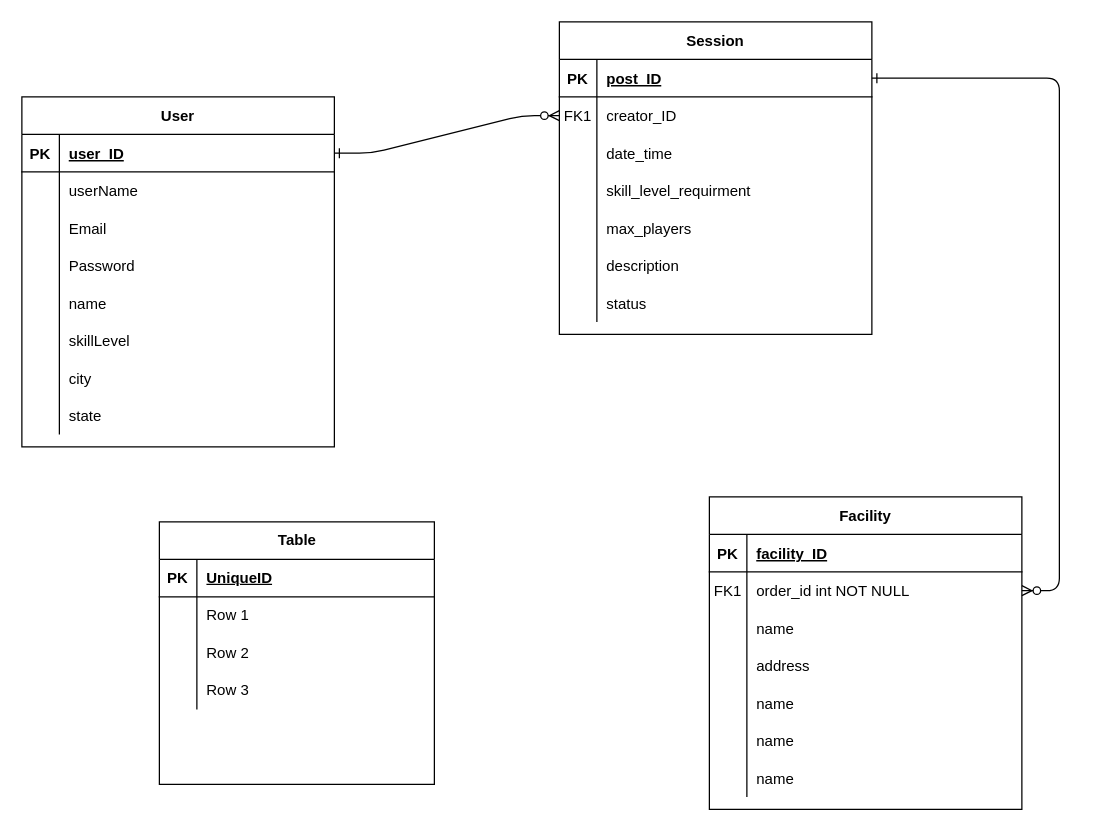
Earlier version of the draw.io diagram Untitled Diagram.drawio (abdis-lab/HoopSessionBeta). Source tidied: cells renumbered, new cells numbered last; positions are measured from the earlier drawing's top-left corner, leaving out a move shared by most shapes. Both pictures are drawn from the tidied source at 125%, with x=0, y=0 at pixel (21, 21).
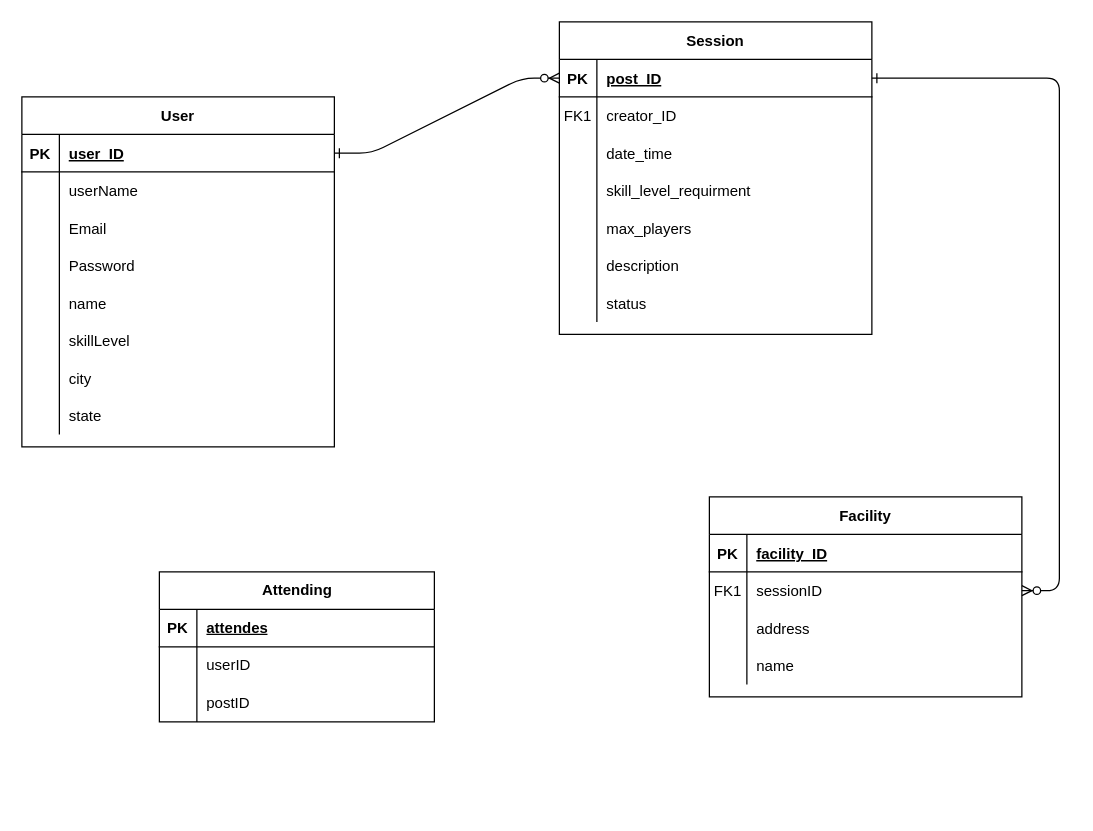
Above is the later version.

Unchanged cells that the change refers to:
```xml
<mxCell id="5" style="shape=partialRectangle;fillColor=none;points=[[0,0.5],[1,0.5]];portConstraint=eastwest;top=0;left=0;right=0;bottom=1;" parent="4" vertex="1">
  <mxGeometry y="30" width="250" height="30" as="geometry" />
</mxCell>
<mxCell id="8" style="shape=partialRectangle;fillColor=none;points=[[0,0.5],[1,0.5]];portConstraint=eastwest;top=0;left=0;right=0;bottom=0;" parent="4" vertex="1">
  <mxGeometry y="60" width="250" height="30" as="geometry" />
</mxCell>
<mxCell id="30" style="shape=partialRectangle;fillColor=none;points=[[0,0.5],[1,0.5]];portConstraint=eastwest;top=0;left=0;right=0;bottom=0;" parent="26" vertex="1">
  <mxGeometry y="60" width="250" height="30" as="geometry" />
</mxCell>
<mxCell id="49" style="shape=partialRectangle;fillColor=none;points=[[0,0.5],[1,0.5]];portConstraint=eastwest;top=0;left=0;right=0;bottom=1;" parent="48" vertex="1">
  <mxGeometry y="30" width="250" height="30" as="geometry" />
</mxCell>
<mxCell id="74" style="shape=tableRow;horizontal=0;startSize=0;swimlaneHead=0;swimlaneBody=0;fillColor=none;top=0;left=0;right=0;bottom=1;" parent="73" vertex="1">
  <mxGeometry y="30" width="220" height="30" as="geometry" />
</mxCell>
<mxCell id="77" style="shape=tableRow;horizontal=0;startSize=0;swimlaneHead=0;swimlaneBody=0;fillColor=none;top=0;left=0;right=0;bottom=0;" parent="73" vertex="1">
  <mxGeometry y="60" width="220" height="30" as="geometry" />
</mxCell>
<mxCell id="80" style="shape=tableRow;horizontal=0;startSize=0;swimlaneHead=0;swimlaneBody=0;fillColor=none;top=0;left=0;right=0;bottom=0;" parent="73" vertex="1">
  <mxGeometry y="90" width="220" height="30" as="geometry" />
</mxCell>
```

The edit, as a diff of the source:
```diff
@@
-    <mxCell id="2" style="edgeStyle=entityRelationEdgeStyle;endArrow=ERzeroToMany;startArrow=ERone;endFill=1;startFill=0;" parent="1" edge="1" source="49" target="8">
-      <mxGeometry relative="1" as="geometry" />
+    <mxCell id="2" style="edgeStyle=entityRelationEdgeStyle;endArrow=ERzeroToMany;startArrow=ERone;endFill=1;startFill=0;entryX=0;entryY=0.5;entryDx=0;entryDy=0;" parent="1" edge="1" source="49" target="5">
+      <mxGeometry relative="1" as="geometry">
+        <Array as="points">
+          <mxPoint x="420" y="50" />
+        </Array>
+      </mxGeometry>
     </mxCell>
@@
     <mxCell id="26" value="Facility" style="shape=table;startSize=30;childLayout=tableLayout;rowLines=0;fontStyle=1;align=center;" parent="1" vertex="1">
-      <mxGeometry x="550" y="380" width="250" height="250" as="geometry" />
+      <mxGeometry x="550" y="380" width="250" height="160" as="geometry" />
     </mxCell>
@@
-    <mxCell id="32" value="order_id int NOT NULL" style="shape=partialRectangle;overflow=hidden;fillColor=none;top=0;left=0;bottom=0;right=0;align=left;spacingLeft=6;" parent="30" vertex="1">
+    <mxCell id="32" value="sessionID" style="shape=partialRectangle;overflow=hidden;fillColor=none;top=0;left=0;bottom=0;right=0;align=left;spacingLeft=6;" parent="30" vertex="1">
       <mxGeometry x="30" width="220" height="30" as="geometry" />
     </mxCell>
-    <mxCell id="33" style="shape=partialRectangle;fillColor=none;top=0;left=0;right=0;bottom=0;" parent="26" vertex="1">
-      <mxGeometry y="90" width="250" height="30" as="geometry" />
-    </mxCell>
-    <mxCell id="34" style="shape=partialRectangle;overflow=hidden;fillColor=none;top=0;left=0;bottom=0;right=0;" parent="33" vertex="1">
-      <mxGeometry width="30" height="30" as="geometry" />
-    </mxCell>
-    <mxCell id="35" value="name" style="shape=partialRectangle;overflow=hidden;fillColor=none;top=0;left=0;bottom=0;right=0;align=left;spacingLeft=6;" parent="33" vertex="1">
-      <mxGeometry x="30" width="220" height="30" as="geometry" />
-    </mxCell>
     <mxCell id="36" style="shape=partialRectangle;fillColor=none;top=0;left=0;right=0;bottom=0;" parent="26" vertex="1">
-      <mxGeometry y="120" width="250" height="30" as="geometry" />
+      <mxGeometry y="90" width="250" height="30" as="geometry" />
     </mxCell>
@@
     <mxCell id="39" style="shape=partialRectangle;fillColor=none;top=0;left=0;right=0;bottom=0;" parent="26" vertex="1">
-      <mxGeometry y="150" width="250" height="30" as="geometry" />
+      <mxGeometry y="120" width="250" height="30" as="geometry" />
     </mxCell>
@@
-    <mxCell id="42" style="shape=partialRectangle;fillColor=none;top=0;left=0;right=0;bottom=0;" parent="26" vertex="1">
-      <mxGeometry y="180" width="250" height="30" as="geometry" />
-    </mxCell>
-    <mxCell id="43" style="shape=partialRectangle;overflow=hidden;fillColor=none;top=0;left=0;bottom=0;right=0;" parent="42" vertex="1">
-      <mxGeometry width="30" height="30" as="geometry" />
-    </mxCell>
-    <mxCell id="44" value="name" style="shape=partialRectangle;overflow=hidden;fillColor=none;top=0;left=0;bottom=0;right=0;align=left;spacingLeft=6;" parent="42" vertex="1">
-      <mxGeometry x="30" width="220" height="30" as="geometry" />
-    </mxCell>
-    <mxCell id="45" style="shape=partialRectangle;fillColor=none;top=0;left=0;right=0;bottom=0;" parent="26" vertex="1">
-      <mxGeometry y="210" width="250" height="30" as="geometry" />
-    </mxCell>
-    <mxCell id="46" style="shape=partialRectangle;overflow=hidden;fillColor=none;top=0;left=0;bottom=0;right=0;" parent="45" vertex="1">
-      <mxGeometry width="30" height="30" as="geometry" />
-    </mxCell>
-    <mxCell id="47" value="name" style="shape=partialRectangle;overflow=hidden;fillColor=none;top=0;left=0;bottom=0;right=0;align=left;spacingLeft=6;" parent="45" vertex="1">
-      <mxGeometry x="30" width="220" height="30" as="geometry" />
-    </mxCell>
@@
-    <mxCell id="73" value="Table" style="shape=table;startSize=30;childLayout=tableLayout;rowLines=0;fontStyle=1;align=center;html=1;" parent="1" vertex="1">
-      <mxGeometry x="110" y="400" width="220" height="210" as="geometry" />
+    <mxCell id="73" value="Attending" style="shape=table;startSize=30;childLayout=tableLayout;rowLines=0;fontStyle=1;align=center;html=1;" parent="1" vertex="1">
+      <mxGeometry x="110" y="440" width="220" height="120" as="geometry" />
     </mxCell>
@@
-    <mxCell id="76" value="UniqueID" style="shape=partialRectangle;fillColor=none;top=0;left=0;bottom=0;right=0;align=left;spacingLeft=6;fontStyle=5;overflow=hidden;whiteSpace=wrap;html=1;" parent="74" vertex="1">
+    <mxCell id="76" value="attendes" style="shape=partialRectangle;fillColor=none;top=0;left=0;bottom=0;right=0;align=left;spacingLeft=6;fontStyle=5;overflow=hidden;whiteSpace=wrap;html=1;" parent="74" vertex="1">
       <mxGeometry x="30" width="190" height="30" as="geometry" />
     </mxCell>
@@
-    <mxCell id="79" value="Row 1" style="shape=partialRectangle;fillColor=none;top=0;left=0;bottom=0;right=0;align=left;spacingLeft=6;overflow=hidden;whiteSpace=wrap;html=1;" parent="77" vertex="1">
+    <mxCell id="79" value="userID" style="shape=partialRectangle;fillColor=none;top=0;left=0;bottom=0;right=0;align=left;spacingLeft=6;overflow=hidden;whiteSpace=wrap;html=1;" parent="77" vertex="1">
       <mxGeometry x="30" width="190" height="30" as="geometry" />
     </mxCell>
@@
-    <mxCell id="82" value="Row 2" style="shape=partialRectangle;fillColor=none;top=0;left=0;bottom=0;right=0;align=left;spacingLeft=6;overflow=hidden;whiteSpace=wrap;html=1;" parent="80" vertex="1">
+    <mxCell id="82" value="postID" style="shape=partialRectangle;fillColor=none;top=0;left=0;bottom=0;right=0;align=left;spacingLeft=6;overflow=hidden;whiteSpace=wrap;html=1;" parent="80" vertex="1">
       <mxGeometry x="30" width="190" height="30" as="geometry" />
     </mxCell>
-    <mxCell id="83" style="shape=tableRow;horizontal=0;startSize=0;swimlaneHead=0;swimlaneBody=0;fillColor=none;top=0;left=0;right=0;bottom=0;" parent="73" vertex="1">
-      <mxGeometry y="120" width="220" height="30" as="geometry" />
-    </mxCell>
-    <mxCell id="84" style="shape=partialRectangle;fillColor=none;top=0;left=0;bottom=0;right=0;overflow=hidden;whiteSpace=wrap;html=1;" parent="83" vertex="1">
-      <mxGeometry width="30" height="30" as="geometry" />
-    </mxCell>
-    <mxCell id="85" value="Row 3" style="shape=partialRectangle;fillColor=none;top=0;left=0;bottom=0;right=0;align=left;spacingLeft=6;overflow=hidden;whiteSpace=wrap;html=1;" parent="83" vertex="1">
-      <mxGeometry x="30" width="190" height="30" as="geometry" />
-    </mxCell>
```
